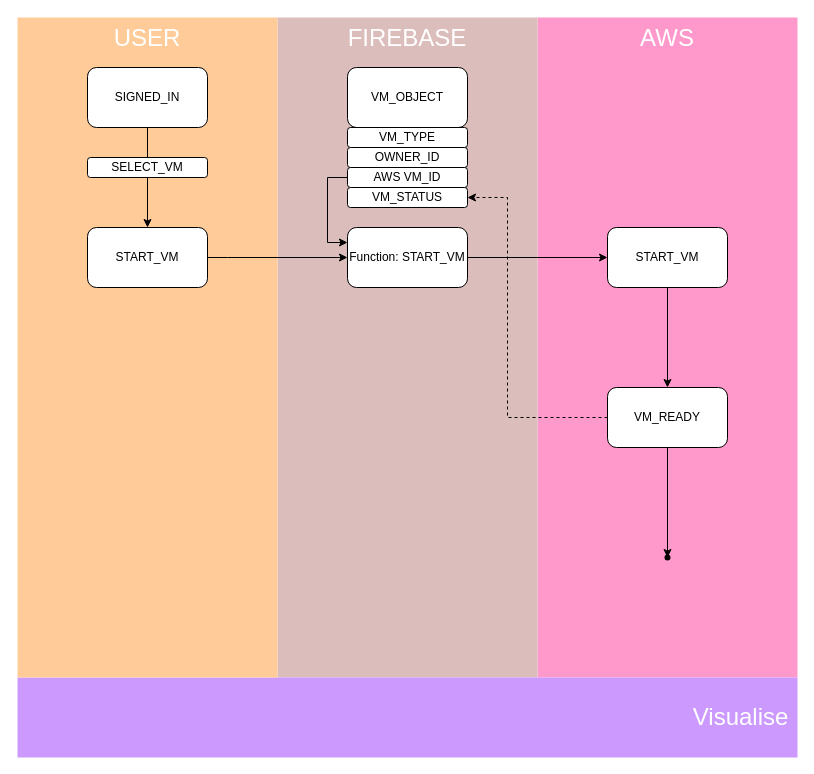
AM1010101/lidar_integrators_course keeps this draw.io diagram as page "START_VM" (3 of 4) of Diagrams/Untitled Diagram.drawio. Above is the earlier version. Source tidied: cells renumbered, new cells numbered last; positions are measured from the earlier drawing's top-left corner, leaving out a move shared by most shapes. Both pictures are drawn from the tidied source at 100%, with x=0, y=0 at pixel (17, 17).
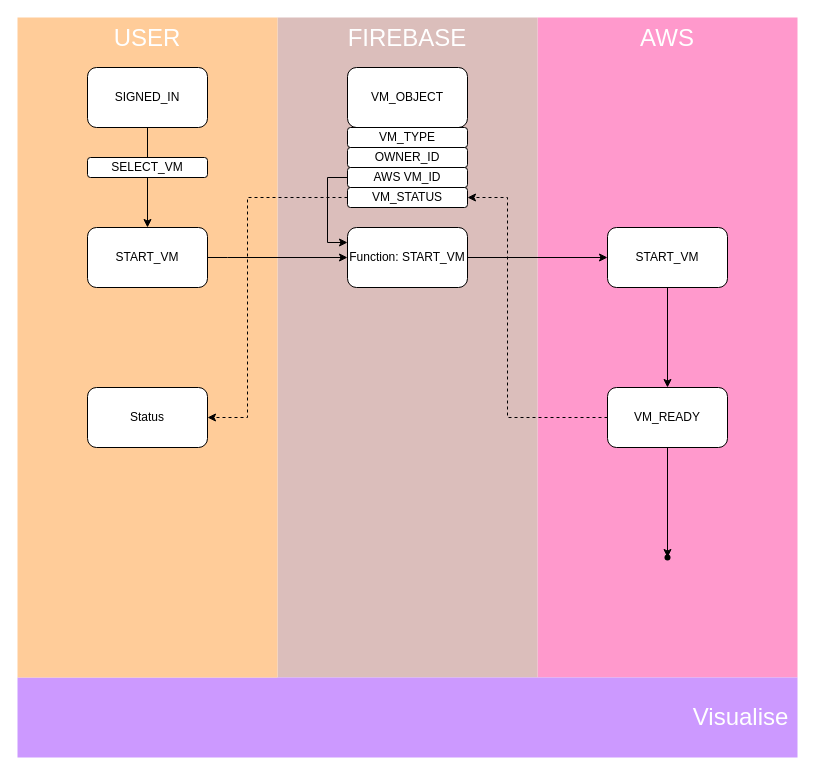
The same page after the edit.

The change refers to these unchanged cells:
```xml
<mxCell id="19" value="VM_STATUS" style="rounded=1;whiteSpace=wrap;html=1;" parent="1" vertex="1">
  <mxGeometry x="330" y="170" width="120" height="20" as="geometry" />
</mxCell>
```

What changed in the source:
```diff
@@
+    <mxCell id="25" style="edgeStyle=orthogonalEdgeStyle;rounded=0;jettySize=auto;html=1;entryX=1;entryY=0.5;entryDx=0;entryDy=0;dashed=1;" parent="1" edge="1" source="19" target="26">
+      <mxGeometry relative="1" as="geometry">
+        <Array as="points">
+          <mxPoint x="230" y="180" />
+          <mxPoint x="230" y="400" />
+        </Array>
+      </mxGeometry>
+    </mxCell>
@@
+    <mxCell id="26" value="Status" style="rounded=1;whiteSpace=wrap;html=1;" parent="1" vertex="1">
+      <mxGeometry x="70" y="370" width="120" height="60" as="geometry" />
+    </mxCell>
```
